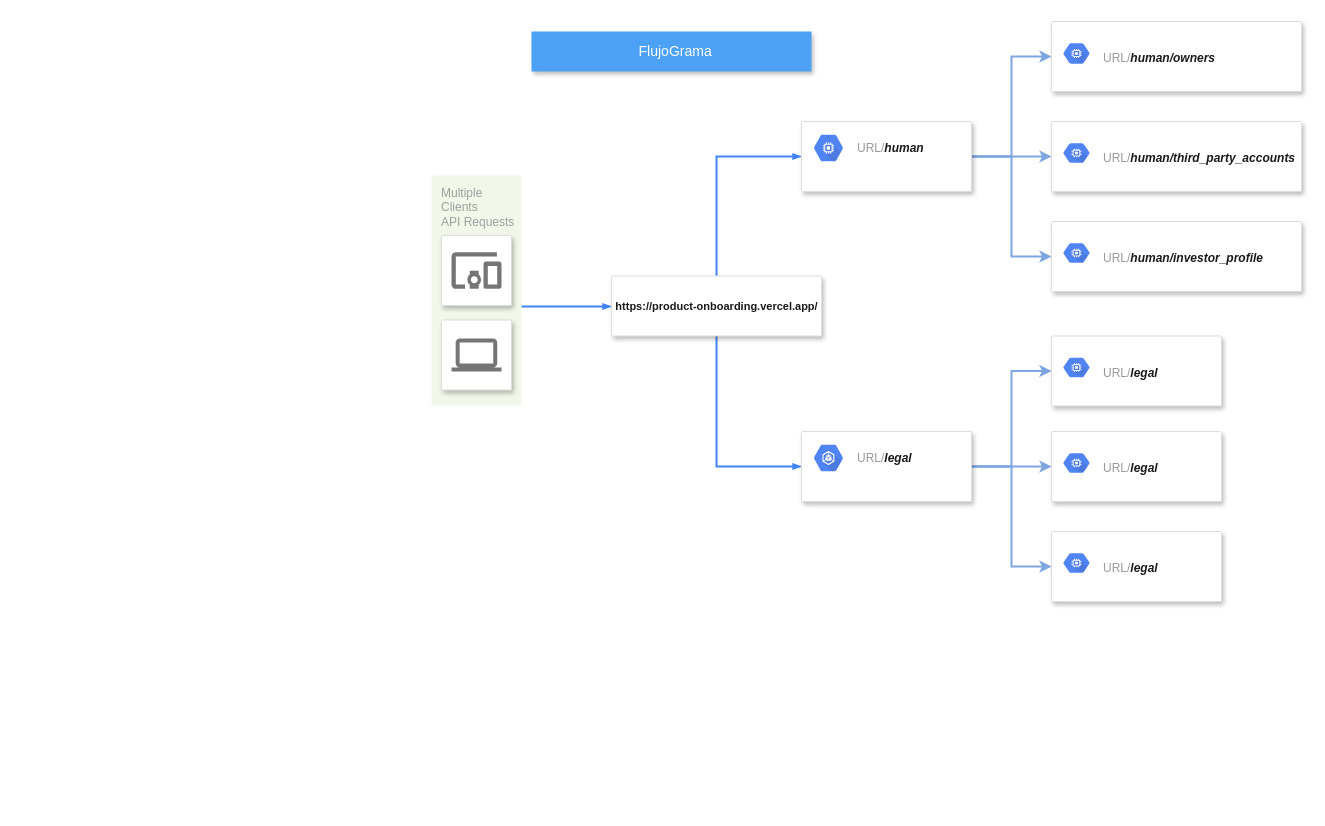
The draw.io diagram Diagrama sin título.drawio in cabrerafrancisco/ChallegeCeleriQA, before the edit. Source tidied: cells renumbered, new cells numbered last; positions are measured from the earlier drawing's top-left corner, leaving out a move shared by most shapes. Both pictures are drawn from the tidied source at 100%, with x=0, y=0 at pixel (431, 21).
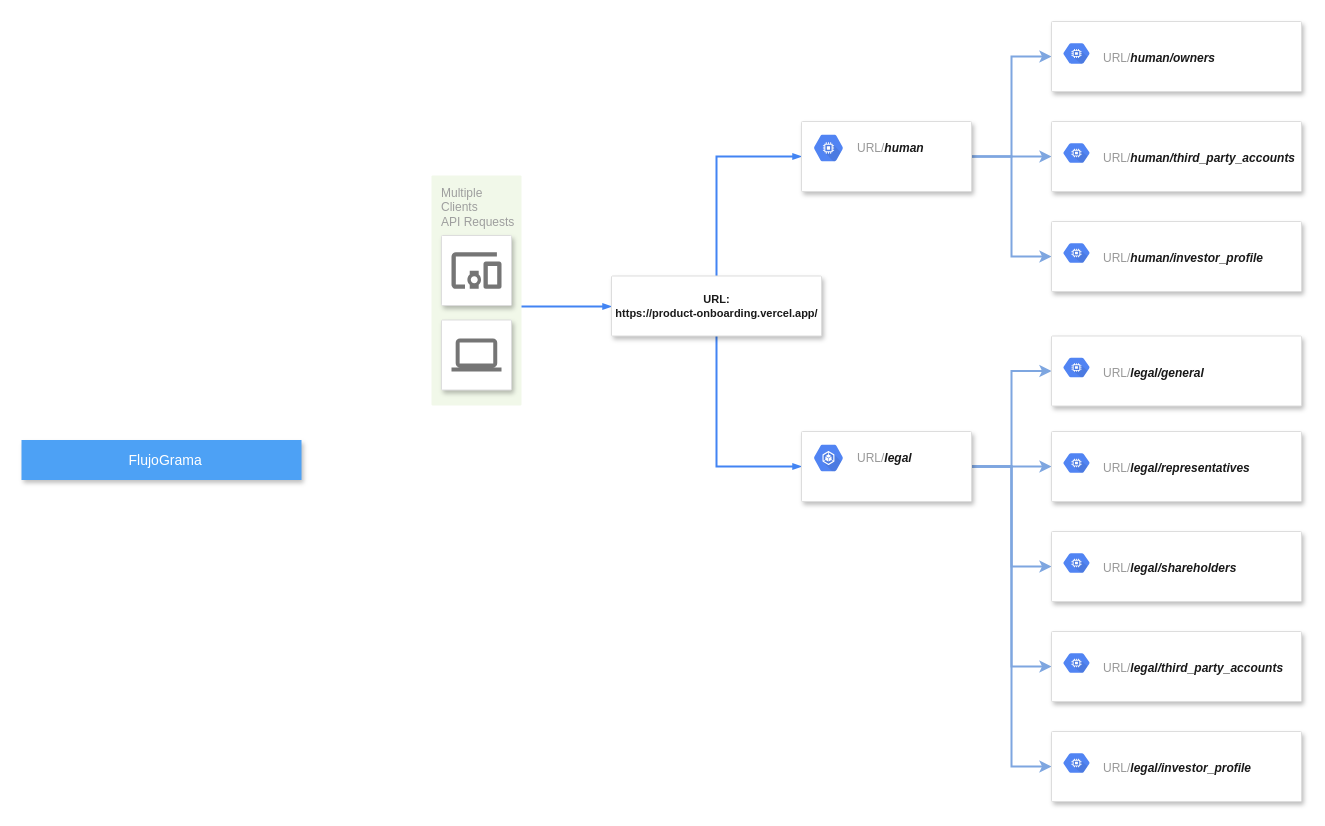
After the change.

Commit message:
url legal

The change refers to these unchanged cells:
```xml
<mxCell id="20" style="strokeColor=#dddddd;fillColor=#ffffff;shadow=1;strokeWidth=1;rounded=1;absoluteArcSize=1;arcSize=2;fontSize=11;fontColor=#9E9E9E;align=center;html=1;" parent="1" vertex="1">
  <mxGeometry x="370" y="410" width="170" height="70" as="geometry" />
</mxCell>
```

The edit, as a diff of the source:
```diff
@@
     <mxCell id="3" value="&lt;div style=&quot;&quot;&gt;&lt;span style=&quot;background-color: initial;&quot;&gt;FlujoGrama&amp;nbsp; &amp;nbsp; &amp;nbsp; &amp;nbsp; &amp;nbsp; &amp;nbsp;&lt;/span&gt;&lt;/div&gt;" style="fillColor=#4DA1F5;strokeColor=none;shadow=1;gradientColor=none;fontSize=14;align=center;spacingLeft=50;fontColor=#ffffff;html=1;" parent="1" vertex="1">
-      <mxGeometry x="100" y="10" width="280" height="40" as="geometry" />
+      <mxGeometry x="-410" y="418.5" width="280" height="40" as="geometry" />
     </mxCell>
@@
-    <mxCell id="11" value="&lt;font color=&quot;#1a1a1a&quot;&gt;&lt;b&gt;https://product-onboarding.vercel.app/&lt;/b&gt;&lt;/font&gt;" style="strokeColor=#dddddd;fillColor=#ffffff;shadow=1;strokeWidth=1;rounded=1;absoluteArcSize=1;arcSize=2;fontSize=11;fontColor=#9E9E9E;align=center;html=1;" parent="1" vertex="1">
+    <mxCell id="11" value="&lt;font color=&quot;#1a1a1a&quot;&gt;&lt;b&gt;URL:&lt;br&gt;https://product-onboarding.vercel.app/&lt;/b&gt;&lt;/font&gt;" style="strokeColor=#dddddd;fillColor=#ffffff;shadow=1;strokeWidth=1;rounded=1;absoluteArcSize=1;arcSize=2;fontSize=11;fontColor=#9E9E9E;align=center;html=1;" parent="1" vertex="1">
       <mxGeometry x="180" y="254.5" width="210" height="60" as="geometry" />
     </mxCell>
@@
+    <mxCell id="34" style="edgeStyle=orthogonalEdgeStyle;rounded=0;jettySize=auto;html=1;exitX=1;exitY=0.5;exitDx=0;exitDy=0;entryX=0;entryY=0.5;entryDx=0;entryDy=0;strokeWidth=2;strokeColor=#7EA6E0;" parent="1" edge="1" source="20" target="36">
+      <mxGeometry relative="1" as="geometry" />
+    </mxCell>
+    <mxCell id="35" style="edgeStyle=orthogonalEdgeStyle;rounded=0;jettySize=auto;html=1;exitX=1;exitY=0.5;exitDx=0;exitDy=0;entryX=0;entryY=0.5;entryDx=0;entryDy=0;strokeWidth=2;strokeColor=#7EA6E0;" parent="1" edge="1" source="20" target="38">
+      <mxGeometry relative="1" as="geometry" />
+    </mxCell>
@@
     <mxCell id="28" style="strokeColor=#dddddd;fillColor=#ffffff;shadow=1;strokeWidth=1;rounded=1;absoluteArcSize=1;arcSize=2;fontSize=11;fontColor=#9E9E9E;align=center;html=1;" parent="1" vertex="1">
-      <mxGeometry x="620" y="314.5" width="170" height="70" as="geometry" />
+      <mxGeometry x="620" y="314.5" width="250" height="70" as="geometry" />
     </mxCell>
-    <mxCell id="29" value="&lt;br&gt;URL/&lt;b style=&quot;border-color: var(--border-color); color: rgb(26, 26, 26);&quot;&gt;&lt;i style=&quot;border-color: var(--border-color);&quot;&gt;legal&lt;/i&gt;&lt;/b&gt;" style="dashed=0;html=1;fillColor=#5184F3;strokeColor=none;shape=mxgraph.gcp2.hexIcon;prIcon=compute_engine;labelPosition=right;verticalLabelPosition=middle;align=left;verticalAlign=top;spacingLeft=5;fontColor=#999999;fontSize=12;spacingTop=-8;" parent="28" vertex="1">
+    <mxCell id="29" value="&lt;br&gt;URL/&lt;b style=&quot;border-color: var(--border-color); color: rgb(26, 26, 26);&quot;&gt;&lt;i style=&quot;border-color: var(--border-color);&quot;&gt;legal/general&lt;/i&gt;&lt;/b&gt;" style="dashed=0;html=1;fillColor=#5184F3;strokeColor=none;shape=mxgraph.gcp2.hexIcon;prIcon=compute_engine;labelPosition=right;verticalLabelPosition=middle;align=left;verticalAlign=top;spacingLeft=5;fontColor=#999999;fontSize=12;spacingTop=-8;" parent="28" vertex="1">
       <mxGeometry width="40" height="29" relative="1" as="geometry">
         <mxPoint x="5" y="17" as="offset" />
       </mxGeometry>
     </mxCell>
     <mxCell id="30" style="strokeColor=#dddddd;fillColor=#ffffff;shadow=1;strokeWidth=1;rounded=1;absoluteArcSize=1;arcSize=2;fontSize=11;fontColor=#9E9E9E;align=center;html=1;" parent="1" vertex="1">
-      <mxGeometry x="620" y="410" width="170" height="70" as="geometry" />
+      <mxGeometry x="620" y="410" width="250" height="70" as="geometry" />
     </mxCell>
-    <mxCell id="31" value="&lt;br&gt;URL/&lt;b style=&quot;border-color: var(--border-color); color: rgb(26, 26, 26);&quot;&gt;&lt;i style=&quot;border-color: var(--border-color);&quot;&gt;legal&lt;/i&gt;&lt;/b&gt;" style="dashed=0;html=1;fillColor=#5184F3;strokeColor=none;shape=mxgraph.gcp2.hexIcon;prIcon=compute_engine;labelPosition=right;verticalLabelPosition=middle;align=left;verticalAlign=top;spacingLeft=5;fontColor=#999999;fontSize=12;spacingTop=-8;" parent="30" vertex="1">
+    <mxCell id="31" value="&lt;br&gt;URL/&lt;b style=&quot;border-color: var(--border-color); color: rgb(26, 26, 26);&quot;&gt;&lt;i style=&quot;border-color: var(--border-color);&quot;&gt;legal/representatives&lt;/i&gt;&lt;/b&gt;" style="dashed=0;html=1;fillColor=#5184F3;strokeColor=none;shape=mxgraph.gcp2.hexIcon;prIcon=compute_engine;labelPosition=right;verticalLabelPosition=middle;align=left;verticalAlign=top;spacingLeft=5;fontColor=#999999;fontSize=12;spacingTop=-8;" parent="30" vertex="1">
       <mxGeometry width="40" height="29" relative="1" as="geometry">
         <mxPoint x="5" y="17" as="offset" />
       </mxGeometry>
     </mxCell>
     <mxCell id="32" style="strokeColor=#dddddd;fillColor=#ffffff;shadow=1;strokeWidth=1;rounded=1;absoluteArcSize=1;arcSize=2;fontSize=11;fontColor=#9E9E9E;align=center;html=1;" parent="1" vertex="1">
-      <mxGeometry x="620" y="510" width="170" height="70" as="geometry" />
+      <mxGeometry x="620" y="510" width="250" height="70" as="geometry" />
     </mxCell>
-    <mxCell id="33" value="&lt;br&gt;URL/&lt;b style=&quot;border-color: var(--border-color); color: rgb(26, 26, 26);&quot;&gt;&lt;i style=&quot;border-color: var(--border-color);&quot;&gt;legal&lt;/i&gt;&lt;/b&gt;" style="dashed=0;html=1;fillColor=#5184F3;strokeColor=none;shape=mxgraph.gcp2.hexIcon;prIcon=compute_engine;labelPosition=right;verticalLabelPosition=middle;align=left;verticalAlign=top;spacingLeft=5;fontColor=#999999;fontSize=12;spacingTop=-8;" parent="32" vertex="1">
+    <mxCell id="33" value="&lt;br&gt;URL/&lt;b style=&quot;border-color: var(--border-color); color: rgb(26, 26, 26);&quot;&gt;&lt;i style=&quot;border-color: var(--border-color);&quot;&gt;legal/shareholders&lt;/i&gt;&lt;/b&gt;" style="dashed=0;html=1;fillColor=#5184F3;strokeColor=none;shape=mxgraph.gcp2.hexIcon;prIcon=compute_engine;labelPosition=right;verticalLabelPosition=middle;align=left;verticalAlign=top;spacingLeft=5;fontColor=#999999;fontSize=12;spacingTop=-8;" parent="32" vertex="1">
       <mxGeometry width="40" height="29" relative="1" as="geometry">
         <mxPoint x="5" y="17" as="offset" />
       </mxGeometry>
     </mxCell>
+    <mxCell id="36" style="strokeColor=#dddddd;fillColor=#ffffff;shadow=1;strokeWidth=1;rounded=1;absoluteArcSize=1;arcSize=2;fontSize=11;fontColor=#9E9E9E;align=center;html=1;" parent="1" vertex="1">
+      <mxGeometry x="620" y="610" width="250" height="70" as="geometry" />
+    </mxCell>
+    <mxCell id="37" value="&lt;br&gt;URL/&lt;b style=&quot;border-color: var(--border-color); color: rgb(26, 26, 26);&quot;&gt;&lt;i style=&quot;border-color: var(--border-color);&quot;&gt;legal/third_party_accounts&lt;/i&gt;&lt;/b&gt;" style="dashed=0;html=1;fillColor=#5184F3;strokeColor=none;shape=mxgraph.gcp2.hexIcon;prIcon=compute_engine;labelPosition=right;verticalLabelPosition=middle;align=left;verticalAlign=top;spacingLeft=5;fontColor=#999999;fontSize=12;spacingTop=-8;" parent="36" vertex="1">
+      <mxGeometry width="40" height="29" relative="1" as="geometry">
+        <mxPoint x="5" y="17" as="offset" />
+      </mxGeometry>
+    </mxCell>
+    <mxCell id="38" style="strokeColor=#dddddd;fillColor=#ffffff;shadow=1;strokeWidth=1;rounded=1;absoluteArcSize=1;arcSize=2;fontSize=11;fontColor=#9E9E9E;align=center;html=1;" parent="1" vertex="1">
+      <mxGeometry x="620" y="710" width="250" height="70" as="geometry" />
+    </mxCell>
+    <mxCell id="39" value="&lt;br&gt;URL/&lt;b style=&quot;border-color: var(--border-color); color: rgb(26, 26, 26);&quot;&gt;&lt;i style=&quot;border-color: var(--border-color);&quot;&gt;legal/investor_profile&lt;/i&gt;&lt;/b&gt;" style="dashed=0;html=1;fillColor=#5184F3;strokeColor=none;shape=mxgraph.gcp2.hexIcon;prIcon=compute_engine;labelPosition=right;verticalLabelPosition=middle;align=left;verticalAlign=top;spacingLeft=5;fontColor=#999999;fontSize=12;spacingTop=-8;" parent="38" vertex="1">
+      <mxGeometry width="40" height="29" relative="1" as="geometry">
+        <mxPoint x="5" y="17" as="offset" />
+      </mxGeometry>
+    </mxCell>
```
